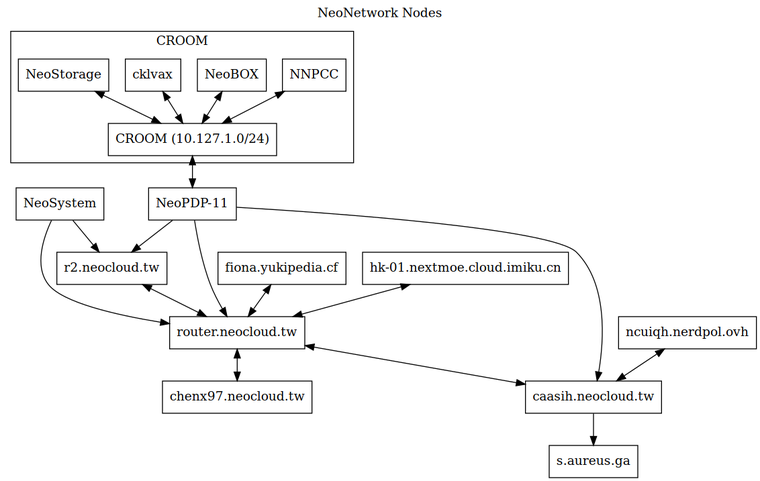
NeoCloud/NeoNetwork keeps this Graphviz diagram as nodes.png. Above is the earlier version. Its source is kept beside it as nodes.dot.
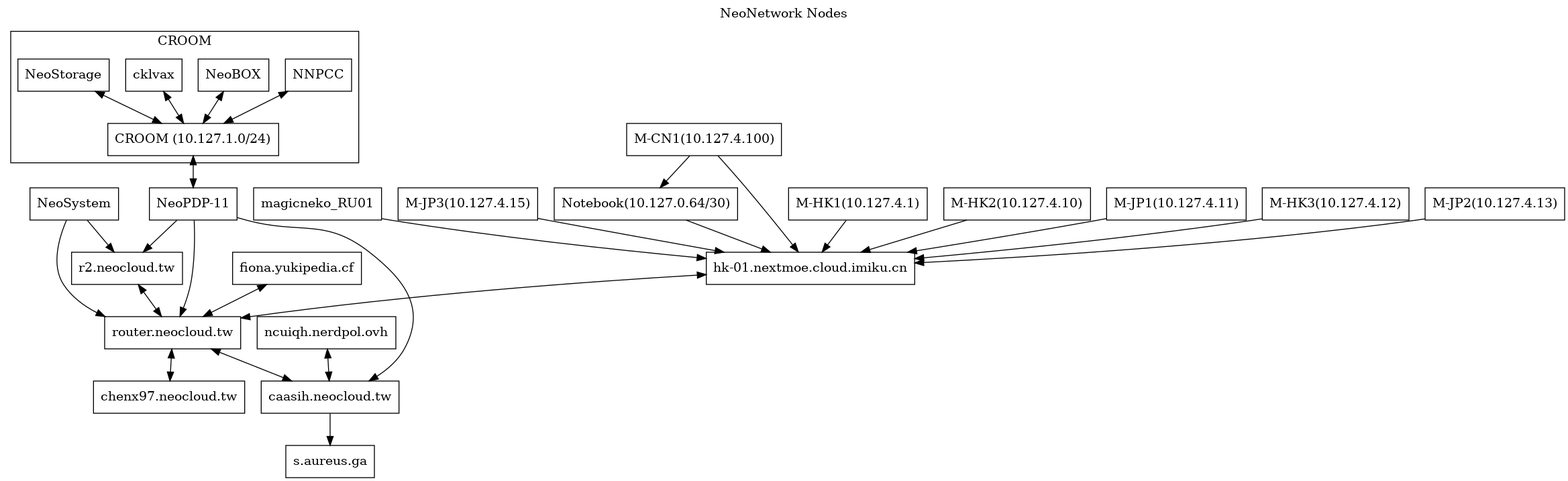
The same file after the commit.

Commit message:
NodeGraph Add by nextmoe_icecat

What changed in the source:
```diff
@@ -13,6 +13,15 @@
 	fionaLHS [label="fiona.yukipedia.cf"]
 	pan [label="r2.neocloud.tw"]
         icecat_Explosion [label="hk-01.nextmoe.cloud.imiku.cn"]
+	icecat_Notebook [label="Notebook(10.127.0.64/30)"]
+	magicneko_HK01 [label="M-HK1(10.127.4.1)"]
+	magicneko_HK02 [label="M-HK2(10.127.4.10)"]
+	magicneko_JP01 [label="M-JP1(10.127.4.11)"]
+	magicneko_HK03 [label="M-HK3(10.127.4.12)"]
+	magicneko_JP02 [label="M-JP2(10.127.4.13)"]
+	magicneko_RU01 [lebel="M-RU1(10.127.4.14)"]
+	magicneko_JP03 [label="M-JP3(10.127.4.15)"]
+	magicneko_CN01 [label="M-CN1(10.127.4.100)"]
 	staph [label="s.aureus.ga"]
 	chenx97 [label="chenx97.neocloud.tw"]
 
@@ -38,4 +47,14 @@
 	pan -> ucbvax [dir=both]
 	c -> staph
 	ucbvax -> chenx97 [dir=both]
+	icecat_Notebook -> icecat_Explosion
+	magicneko_HK01-> icecat_Explosion
+	magicneko_HK02-> icecat_Explosion
+	magicneko_JP01 -> icecat_Explosion
+	magicneko_HK03 -> icecat_Explosion
+	magicneko_JP02 -> icecat_Explosion
+	magicneko_RU01 -> icecat_Explosion
+	magicneko_JP03 -> icecat_Explosion
+	magicneko_CN01 -> icecat_Explosion
+	magicneko_CN01 -> icecat_Notebook
 }
```
